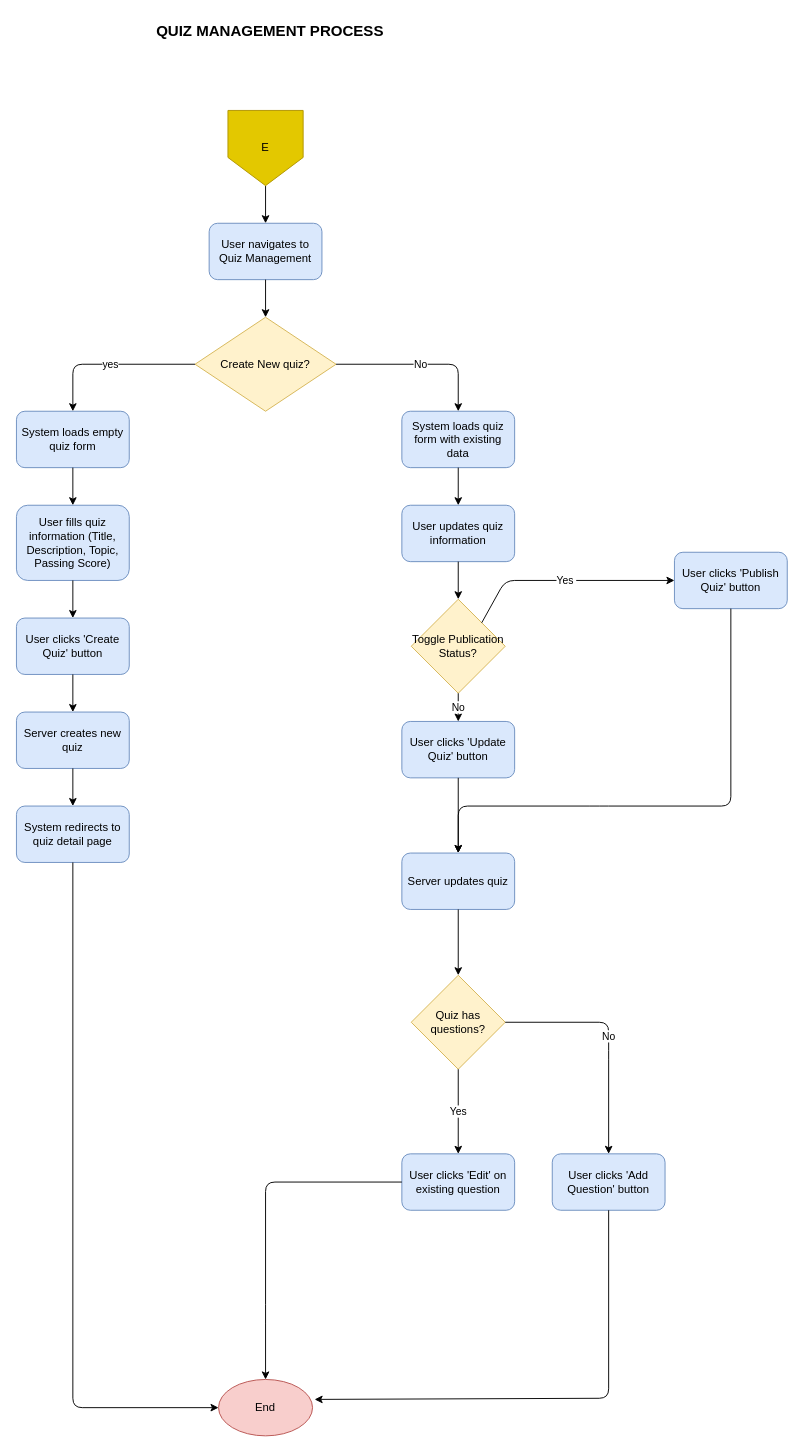
PotatoLover169/CTTMO-Traffic-violation-Management-System keeps this draw.io diagram as quiz_management_process.drawio. Above is the earlier version. Source tidied: cells renumbered, new cells numbered last; positions are measured from the earlier drawing's top-left corner, leaving out a move shared by most shapes. Both pictures are drawn from the tidied source at 94%, with x=0, y=0 at pixel (16, 16).
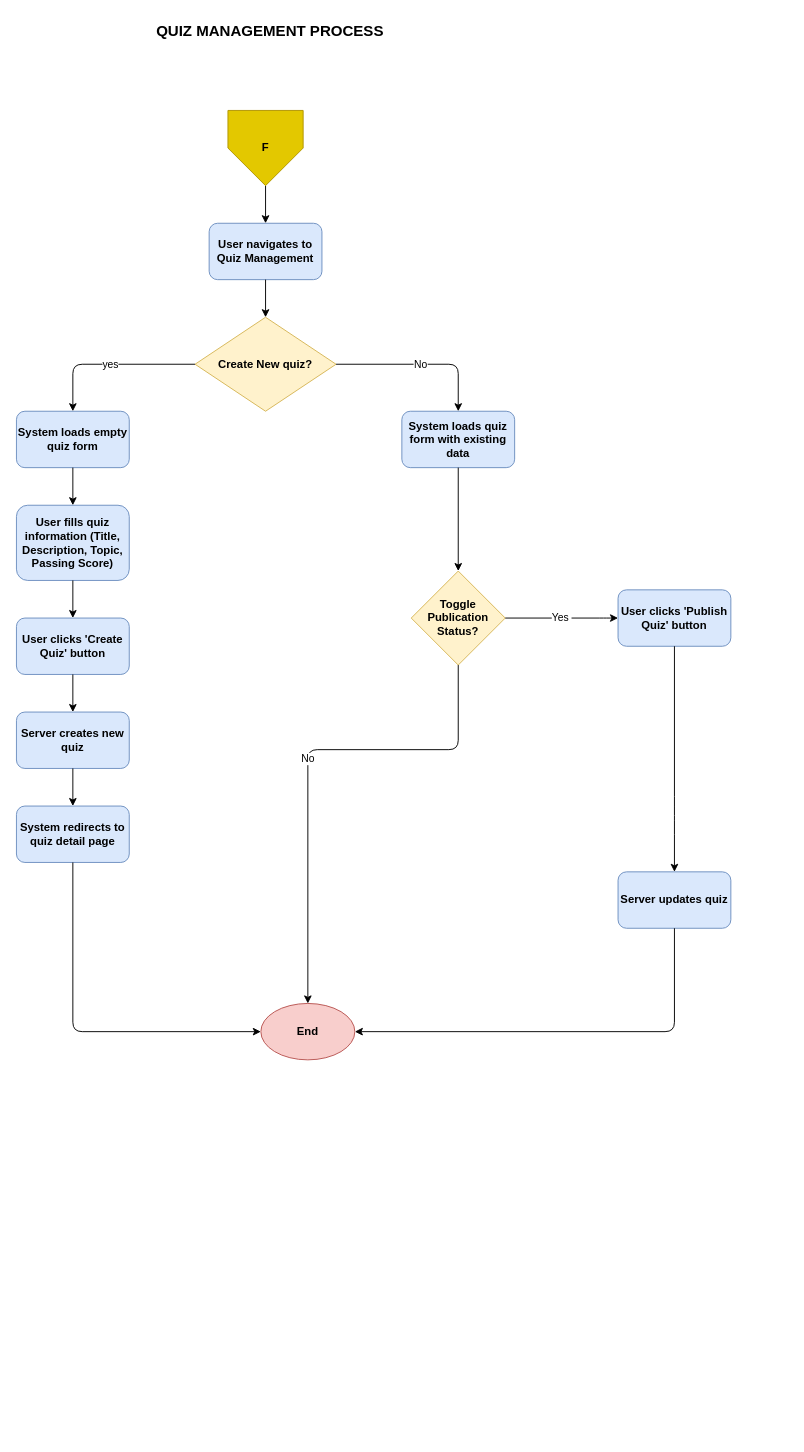
Above is the later version.

Diff of the diagram source:
```diff
@@
-    <mxCell id="2" value="User navigates to Quiz Management" style="rounded=1;whiteSpace=wrap;html=1;fillColor=#dae8fc;strokeColor=#6c8ebf;" parent="1" vertex="1">
+    <mxCell id="2" value="&lt;b&gt;User navigates to Quiz Management&lt;/b&gt;" style="rounded=1;whiteSpace=wrap;html=1;fillColor=#dae8fc;strokeColor=#6c8ebf;" parent="1" vertex="1">
       <mxGeometry x="205" y="220" width="120" height="60" as="geometry" />
     </mxCell>
-    <mxCell id="3" value="Create New quiz?" style="rhombus;whiteSpace=wrap;html=1;fillColor=#fff2cc;strokeColor=#d6b656;" parent="1" vertex="1">
+    <mxCell id="3" value="&lt;b&gt;Create New quiz?&lt;/b&gt;" style="rhombus;whiteSpace=wrap;html=1;fillColor=#fff2cc;strokeColor=#d6b656;" parent="1" vertex="1">
       <mxGeometry x="190" y="320" width="150" height="100" as="geometry" />
     </mxCell>
-    <mxCell id="4" value="System loads empty quiz form" style="rounded=1;whiteSpace=wrap;html=1;fillColor=#dae8fc;strokeColor=#6c8ebf;" parent="1" vertex="1">
+    <mxCell id="4" value="&lt;b&gt;System loads empty quiz form&lt;/b&gt;" style="rounded=1;whiteSpace=wrap;html=1;fillColor=#dae8fc;strokeColor=#6c8ebf;" parent="1" vertex="1">
       <mxGeometry y="420" width="120" height="60" as="geometry" />
     </mxCell>
-    <mxCell id="5" value="System loads quiz form with existing data" style="rounded=1;whiteSpace=wrap;html=1;fillColor=#dae8fc;strokeColor=#6c8ebf;" parent="1" vertex="1">
+    <mxCell id="5" value="&lt;b&gt;System loads quiz form with existing data&lt;/b&gt;" style="rounded=1;whiteSpace=wrap;html=1;fillColor=#dae8fc;strokeColor=#6c8ebf;" parent="1" vertex="1">
       <mxGeometry x="410" y="420" width="120" height="60" as="geometry" />
     </mxCell>
-    <mxCell id="6" value="User fills quiz information (Title, Description, Topic, Passing Score)" style="rounded=1;whiteSpace=wrap;html=1;fillColor=#dae8fc;strokeColor=#6c8ebf;" parent="1" vertex="1">
+    <mxCell id="6" value="&lt;b&gt;User fills quiz information (Title, Description, Topic, Passing Score)&lt;/b&gt;" style="rounded=1;whiteSpace=wrap;html=1;fillColor=#dae8fc;strokeColor=#6c8ebf;" parent="1" vertex="1">
       <mxGeometry y="520" width="120" height="80" as="geometry" />
     </mxCell>
-    <mxCell id="7" value="User updates quiz information" style="rounded=1;whiteSpace=wrap;html=1;fillColor=#dae8fc;strokeColor=#6c8ebf;" parent="1" vertex="1">
-      <mxGeometry x="410" y="520" width="120" height="60" as="geometry" />
-    </mxCell>
-    <mxCell id="8" value="User clicks 'Create Quiz' button" style="rounded=1;whiteSpace=wrap;html=1;fillColor=#dae8fc;strokeColor=#6c8ebf;" parent="1" vertex="1">
+    <mxCell id="8" value="&lt;b&gt;User clicks 'Create Quiz' button&lt;/b&gt;" style="rounded=1;whiteSpace=wrap;html=1;fillColor=#dae8fc;strokeColor=#6c8ebf;" parent="1" vertex="1">
       <mxGeometry y="640" width="120" height="60" as="geometry" />
     </mxCell>
-    <mxCell id="9" value="Toggle Publication Status?" style="rhombus;whiteSpace=wrap;html=1;fillColor=#fff2cc;strokeColor=#d6b656;" parent="1" vertex="1">
-      <mxGeometry x="420" y="620" width="100" height="100" as="geometry" />
+    <mxCell id="9" value="&lt;b&gt;Toggle Publication Status?&lt;/b&gt;" style="rhombus;whiteSpace=wrap;html=1;fillColor=#fff2cc;strokeColor=#d6b656;" parent="1" vertex="1">
+      <mxGeometry x="420" y="590" width="100" height="100" as="geometry" />
     </mxCell>
-    <mxCell id="10" value="User clicks 'Publish Quiz' button" style="rounded=1;whiteSpace=wrap;html=1;fillColor=#dae8fc;strokeColor=#6c8ebf;" parent="1" vertex="1">
-      <mxGeometry x="700" y="570" width="120" height="60" as="geometry" />
+    <mxCell id="10" value="&lt;b&gt;User clicks 'Publish Quiz' button&lt;/b&gt;" style="rounded=1;whiteSpace=wrap;html=1;fillColor=#dae8fc;strokeColor=#6c8ebf;" parent="1" vertex="1">
+      <mxGeometry x="640" y="610" width="120" height="60" as="geometry" />
     </mxCell>
-    <mxCell id="11" value="User clicks 'Update Quiz' button" style="rounded=1;whiteSpace=wrap;html=1;fillColor=#dae8fc;strokeColor=#6c8ebf;" parent="1" vertex="1">
-      <mxGeometry x="410" y="750" width="120" height="60" as="geometry" />
-    </mxCell>
-    <mxCell id="12" value="Server creates new quiz" style="rounded=1;whiteSpace=wrap;html=1;fillColor=#dae8fc;strokeColor=#6c8ebf;" parent="1" vertex="1">
+    <mxCell id="12" value="&lt;b&gt;Server creates new quiz&lt;/b&gt;" style="rounded=1;whiteSpace=wrap;html=1;fillColor=#dae8fc;strokeColor=#6c8ebf;" parent="1" vertex="1">
       <mxGeometry y="740" width="120" height="60" as="geometry" />
     </mxCell>
-    <mxCell id="13" value="Server updates quiz" style="rounded=1;whiteSpace=wrap;html=1;fillColor=#dae8fc;strokeColor=#6c8ebf;" parent="1" vertex="1">
-      <mxGeometry x="410" y="890" width="120" height="60" as="geometry" />
+    <mxCell id="13" value="&lt;b&gt;Server updates quiz&lt;/b&gt;" style="rounded=1;whiteSpace=wrap;html=1;fillColor=#dae8fc;strokeColor=#6c8ebf;" parent="1" vertex="1">
+      <mxGeometry x="640" y="910" width="120" height="60" as="geometry" />
     </mxCell>
-    <mxCell id="14" value="System redirects to quiz detail page" style="rounded=1;whiteSpace=wrap;html=1;fillColor=#dae8fc;strokeColor=#6c8ebf;" parent="1" vertex="1">
+    <mxCell id="14" value="&lt;b&gt;System redirects to quiz detail page&lt;/b&gt;" style="rounded=1;whiteSpace=wrap;html=1;fillColor=#dae8fc;strokeColor=#6c8ebf;" parent="1" vertex="1">
       <mxGeometry y="840" width="120" height="60" as="geometry" />
     </mxCell>
-    <mxCell id="15" value="Quiz has questions?" style="rhombus;whiteSpace=wrap;html=1;fillColor=#fff2cc;strokeColor=#d6b656;" parent="1" vertex="1">
-      <mxGeometry x="420" y="1020" width="100" height="100" as="geometry" />
-    </mxCell>
-    <mxCell id="16" value="User clicks 'Add Question' button" style="rounded=1;whiteSpace=wrap;html=1;fillColor=#dae8fc;strokeColor=#6c8ebf;" parent="1" vertex="1">
-      <mxGeometry x="570" y="1210" width="120" height="60" as="geometry" />
-    </mxCell>
-    <mxCell id="17" value="User clicks 'Edit' on existing question" style="rounded=1;whiteSpace=wrap;html=1;fillColor=#dae8fc;strokeColor=#6c8ebf;" parent="1" vertex="1">
-      <mxGeometry x="410" y="1210" width="120" height="60" as="geometry" />
-    </mxCell>
-    <mxCell id="18" value="End" style="ellipse;whiteSpace=wrap;html=1;fillColor=#f8cecc;strokeColor=#b85450;" parent="1" vertex="1">
-      <mxGeometry x="215" y="1450" width="100" height="60" as="geometry" />
+    <mxCell id="18" value="&lt;b&gt;End&lt;/b&gt;" style="ellipse;whiteSpace=wrap;html=1;fillColor=#f8cecc;strokeColor=#b85450;" parent="1" vertex="1">
+      <mxGeometry x="260" y="1050" width="100" height="60" as="geometry" />
     </mxCell>
@@
-    <mxCell id="27" style="endArrow=classic;html=1;exitX=0.5;exitY=1;exitDx=0;exitDy=0;entryX=0.5;entryY=0;entryDx=0;entryDy=0;" parent="1" edge="1" source="5" target="7">
+    <mxCell id="27" style="endArrow=classic;html=1;exitX=0.5;exitY=1;exitDx=0;exitDy=0;entryX=0.5;entryY=0;entryDx=0;entryDy=0;" parent="1" edge="1" source="5" target="9">
       <mxGeometry relative="1" as="geometry" />
     </mxCell>
-    <mxCell id="28" style="endArrow=classic;html=1;exitX=0.5;exitY=1;exitDx=0;exitDy=0;entryX=0.5;entryY=0;entryDx=0;entryDy=0;" parent="1" edge="1" source="7" target="9">
-      <mxGeometry relative="1" as="geometry" />
-    </mxCell>
-    <mxCell id="29" value="Yes&amp;nbsp;" style="endArrow=classic;html=1;exitX=1;exitY=0;exitDx=0;exitDy=0;entryX=0;entryY=0.5;entryDx=0;entryDy=0;" parent="1" edge="1" source="9" target="10">
+    <mxCell id="29" value="Yes&amp;nbsp;" style="endArrow=classic;html=1;exitX=1;exitY=0.5;exitDx=0;exitDy=0;entryX=0;entryY=0.5;entryDx=0;entryDy=0;" parent="1" edge="1" source="9" target="10">
       <mxGeometry relative="1" as="geometry">
         <Array as="points">
-          <mxPoint x="520" y="600" />
+          <mxPoint x="630" y="640" />
         </Array>
       </mxGeometry>
     </mxCell>
-    <mxCell id="30" value="No" style="endArrow=classic;html=1;exitX=0.5;exitY=1;exitDx=0;exitDy=0;entryX=0.5;entryY=0;entryDx=0;entryDy=0;" parent="1" edge="1" source="9" target="11">
-      <mxGeometry relative="1" as="geometry" />
+    <mxCell id="30" value="No" style="endArrow=classic;html=1;exitX=0.5;exitY=1;exitDx=0;exitDy=0;entryX=0.5;entryY=0;entryDx=0;entryDy=0;" parent="1" edge="1" source="9" target="18">
+      <mxGeometry relative="1" as="geometry">
+        <Array as="points">
+          <mxPoint x="470" y="780" />
+          <mxPoint x="310" y="780" />
+        </Array>
+      </mxGeometry>
     </mxCell>
-    <mxCell id="31" style="endArrow=classic;html=1;exitX=0.5;exitY=1;exitDx=0;exitDy=0;entryX=0.5;entryY=0;entryDx=0;entryDy=0;" parent="1" edge="1" source="11" target="13">
-      <mxGeometry relative="1" as="geometry" />
-    </mxCell>
     <mxCell id="32" style="endArrow=classic;html=1;exitX=0.5;exitY=1;exitDx=0;exitDy=0;entryX=0.5;entryY=0;entryDx=0;entryDy=0;" parent="1" edge="1" source="10" target="13">
       <mxGeometry relative="1" as="geometry">
         <Array as="points">
-          <mxPoint x="760" y="840" />
-          <mxPoint x="620" y="840" />
-          <mxPoint x="470" y="840" />
+          <mxPoint x="700" y="840" />
+          <mxPoint x="700" y="860" />
         </Array>
       </mxGeometry>
     </mxCell>
-    <mxCell id="33" style="endArrow=classic;html=1;exitX=0.5;exitY=1;exitDx=0;exitDy=0;entryX=0.5;entryY=0;entryDx=0;entryDy=0;" parent="1" edge="1" source="13" target="15">
-      <mxGeometry relative="1" as="geometry" />
+    <mxCell id="33" style="endArrow=classic;html=1;exitX=0.5;exitY=1;exitDx=0;exitDy=0;entryX=1;entryY=0.5;entryDx=0;entryDy=0;" parent="1" edge="1" source="13" target="18">
+      <mxGeometry relative="1" as="geometry">
+        <Array as="points">
+          <mxPoint x="700" y="1080" />
+        </Array>
+      </mxGeometry>
     </mxCell>
-    <mxCell id="34" value="No" style="endArrow=classic;html=1;exitX=1;exitY=0.5;exitDx=0;exitDy=0;entryX=0.5;entryY=0;entryDx=0;entryDy=0;" parent="1" edge="1" source="15" target="16">
-      <mxGeometry relative="1" as="geometry">
-        <Array as="points">
-          <mxPoint x="630" y="1070" />
-          <mxPoint x="630" y="1100" />
-        </Array>
-      </mxGeometry>
-    </mxCell>
-    <mxCell id="35" value="Yes" style="endArrow=classic;html=1;exitX=0.5;exitY=1;exitDx=0;exitDy=0;entryX=0.5;entryY=0;entryDx=0;entryDy=0;" parent="1" edge="1" source="15" target="17">
-      <mxGeometry relative="1" as="geometry" />
-    </mxCell>
     <mxCell id="36" style="endArrow=classic;html=1;exitX=0.5;exitY=1;exitDx=0;exitDy=0;entryX=0;entryY=0.5;entryDx=0;entryDy=0;" parent="1" edge="1" source="14" target="18">
       <mxGeometry relative="1" as="geometry">
         <Array as="points">
-          <mxPoint x="60" y="1480" />
+          <mxPoint x="60" y="1080" />
         </Array>
       </mxGeometry>
     </mxCell>
-    <mxCell id="37" style="endArrow=classic;html=1;exitX=0;exitY=0.5;exitDx=0;exitDy=0;entryX=0.5;entryY=0;entryDx=0;entryDy=0;" parent="1" edge="1" source="17" target="18">
-      <mxGeometry relative="1" as="geometry">
-        <Array as="points">
-          <mxPoint x="265" y="1240" />
-          <mxPoint x="265" y="1380" />
-        </Array>
-      </mxGeometry>
-    </mxCell>
@@
-    <mxCell id="39" style="edgeStyle=none;html=1;entryX=1.022;entryY=0.354;entryDx=0;entryDy=0;entryPerimeter=0;" parent="1" edge="1" source="16" target="18">
-      <mxGeometry relative="1" as="geometry">
-        <Array as="points">
-          <mxPoint x="630" y="1470" />
-        </Array>
-      </mxGeometry>
-    </mxCell>
-    <mxCell id="40" value="E" style="shape=offPageConnector;whiteSpace=wrap;html=1;fillColor=#e3c800;fontColor=#000000;strokeColor=#B09500;" parent="1" vertex="1">
+    <mxCell id="40" value="&lt;b&gt;F&lt;/b&gt;" style="shape=offPageConnector;whiteSpace=wrap;html=1;fillColor=#e3c800;fontColor=#000000;strokeColor=#B09500;size=0.5;" parent="1" vertex="1">
       <mxGeometry x="225" y="100" width="80" height="80" as="geometry" />
     </mxCell>
```
